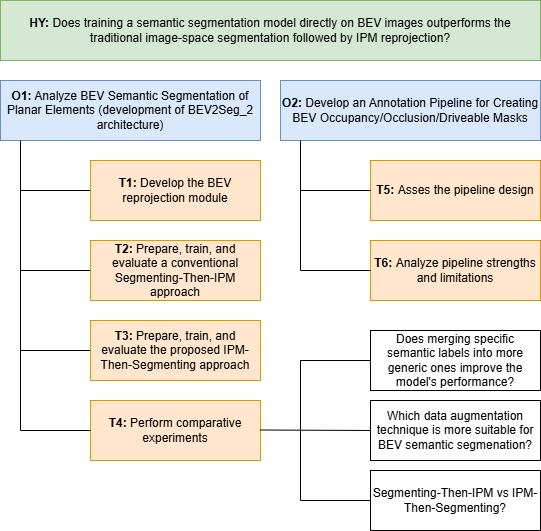
Above: documents/images/objectives/TFM_Objectives.png in alanglk/BEV2Seg_2 (draw.io), before the change. Source tidied: cells renumbered, new cells last; positions are measured from the earlier drawing's top-left corner, leaving out a move shared by most shapes. The source it was exported from:
```xml
<mxGraphModel>
  <root>
    <mxCell id="0" />
    <mxCell id="1" parent="0" />
    <mxCell id="2" value="&lt;div&gt;&lt;b&gt;HY:&lt;/b&gt;&amp;nbsp;&lt;span style=&quot;background-color: transparent;&quot;&gt;Does training a semantic segmentation model directly on BEV images outperforms the traditional image-space segmentation followed by IPM reprojection?&lt;/span&gt;&lt;/div&gt;" style="rounded=0;whiteSpace=wrap;html=1;fontSize=12;spacing=10;fillColor=#d5e8d4;strokeColor=#82b366;" parent="1" vertex="1">
      <mxGeometry width="540" height="60" as="geometry" />
    </mxCell>
    <mxCell id="3" value="&lt;b&gt;O1:&lt;/b&gt; Analyze BEV Semantic Segmentation of Planar Elements (development of BEV2Seg_2 architecture)" style="rounded=0;whiteSpace=wrap;html=1;fillColor=#dae8fc;strokeColor=#6c8ebf;" parent="1" vertex="1">
      <mxGeometry y="80" width="260" height="60" as="geometry" />
    </mxCell>
    <mxCell id="4" value="&lt;b&gt;O2:&lt;/b&gt; Develop an Annotation Pipeline for Creating BEV Occupancy/Occlusion/Driveable Masks" style="rounded=0;whiteSpace=wrap;html=1;fillColor=#dae8fc;strokeColor=#6c8ebf;" parent="1" vertex="1">
      <mxGeometry x="280" y="80" width="260" height="60" as="geometry" />
    </mxCell>
    <mxCell id="5" style="endArrow=none;html=1;rounded=0;" parent="1" edge="1">
      <mxGeometry relative="1" as="geometry">
        <mxPoint x="20" y="430" as="sourcePoint" />
        <mxPoint x="20" y="140" as="targetPoint" />
      </mxGeometry>
    </mxCell>
    <mxCell id="6" style="endArrow=none;html=1;rounded=0;entryX=0;entryY=0.5;entryDx=0;entryDy=0;" parent="1" edge="1">
      <mxGeometry relative="1" as="geometry">
        <mxPoint x="20" y="350" as="sourcePoint" />
        <mxPoint x="90" y="350" as="targetPoint" />
      </mxGeometry>
    </mxCell>
    <mxCell id="7" style="endArrow=none;html=1;rounded=0;entryX=0;entryY=0.5;entryDx=0;entryDy=0;" parent="1" edge="1">
      <mxGeometry relative="1" as="geometry">
        <mxPoint x="20" y="270" as="sourcePoint" />
        <mxPoint x="90" y="270" as="targetPoint" />
      </mxGeometry>
    </mxCell>
    <mxCell id="8" style="endArrow=none;html=1;rounded=0;entryX=0;entryY=0.5;entryDx=0;entryDy=0;" parent="1" edge="1">
      <mxGeometry relative="1" as="geometry">
        <mxPoint x="20" y="190" as="sourcePoint" />
        <mxPoint x="90" y="190" as="targetPoint" />
      </mxGeometry>
    </mxCell>
    <mxCell id="9" value="&lt;b&gt;T5:&amp;nbsp;&lt;/b&gt;Asses the pipeline design" style="rounded=0;whiteSpace=wrap;html=1;fillColor=#ffe6cc;strokeColor=#d79b00;" parent="1" vertex="1">
      <mxGeometry x="370" y="160" width="170" height="60" as="geometry" />
    </mxCell>
    <mxCell id="10" value="&lt;b&gt;T6:&amp;nbsp;&lt;/b&gt;Analyze pipeline strengths and limitations" style="rounded=0;whiteSpace=wrap;html=1;fillColor=#ffe6cc;strokeColor=#d79b00;" parent="1" vertex="1">
      <mxGeometry x="370" y="240" width="170" height="60" as="geometry" />
    </mxCell>
    <mxCell id="11" style="endArrow=none;html=1;rounded=0;" parent="1" edge="1">
      <mxGeometry relative="1" as="geometry">
        <mxPoint x="300" y="270" as="sourcePoint" />
        <mxPoint x="300" y="140" as="targetPoint" />
      </mxGeometry>
    </mxCell>
    <mxCell id="12" style="endArrow=none;html=1;rounded=0;entryX=0;entryY=0.5;entryDx=0;entryDy=0;" parent="1" edge="1" target="9">
      <mxGeometry relative="1" as="geometry">
        <mxPoint x="300" y="190" as="sourcePoint" />
      </mxGeometry>
    </mxCell>
    <mxCell id="13" style="endArrow=none;html=1;rounded=0;entryX=0;entryY=0.5;entryDx=0;entryDy=0;" parent="1" edge="1" target="10">
      <mxGeometry relative="1" as="geometry">
        <mxPoint x="300" y="270" as="sourcePoint" />
      </mxGeometry>
    </mxCell>
    <mxCell id="14" value="&lt;b&gt;T1: &lt;/b&gt;Develop the BEV reprojection module" style="rounded=0;whiteSpace=wrap;html=1;fillColor=#ffe6cc;strokeColor=#d79b00;" parent="1" vertex="1">
      <mxGeometry x="90" y="160" width="170" height="60" as="geometry" />
    </mxCell>
    <mxCell id="15" value="&lt;b&gt;T2:&amp;nbsp;&lt;/b&gt;Prepare, train, and evaluate a conventional Segmenting-Then-IPM approach" style="rounded=0;whiteSpace=wrap;html=1;fillColor=#ffe6cc;strokeColor=#d79b00;" parent="1" vertex="1">
      <mxGeometry x="90" y="240" width="170" height="60" as="geometry" />
    </mxCell>
    <mxCell id="16" value="&lt;b&gt;T3:&amp;nbsp;&lt;/b&gt;Prepare, train, and evaluate the proposed IPM-Then-Segmenting approach" style="rounded=0;whiteSpace=wrap;html=1;fillColor=#ffe6cc;strokeColor=#d79b00;" parent="1" vertex="1">
      <mxGeometry x="90" y="320" width="170" height="60" as="geometry" />
    </mxCell>
    <mxCell id="17" value="&lt;b&gt;T4:&amp;nbsp;&lt;/b&gt;Perform comparative experiments" style="rounded=0;whiteSpace=wrap;html=1;fillColor=#ffe6cc;strokeColor=#d79b00;" parent="1" vertex="1">
      <mxGeometry x="90" y="400" width="170" height="60" as="geometry" />
    </mxCell>
    <mxCell id="18" style="endArrow=none;html=1;rounded=0;entryX=0;entryY=0.5;entryDx=0;entryDy=0;" parent="1" edge="1" target="17">
      <mxGeometry relative="1" as="geometry">
        <mxPoint x="20" y="430" as="sourcePoint" />
      </mxGeometry>
    </mxCell>
    <mxCell id="19" style="endArrow=none;html=1;rounded=0;entryX=0;entryY=0.5;entryDx=0;entryDy=0;" parent="1" edge="1" target="23">
      <mxGeometry relative="1" as="geometry">
        <mxPoint x="260" y="429.5" as="sourcePoint" />
      </mxGeometry>
    </mxCell>
    <mxCell id="20" style="endArrow=none;html=1;rounded=0;" parent="1" edge="1">
      <mxGeometry relative="1" as="geometry">
        <mxPoint x="300" y="500" as="sourcePoint" />
        <mxPoint x="300" y="360" as="targetPoint" />
      </mxGeometry>
    </mxCell>
    <mxCell id="21" style="endArrow=none;html=1;rounded=0;entryX=0;entryY=0.5;entryDx=0;entryDy=0;" parent="1" edge="1" target="22">
      <mxGeometry relative="1" as="geometry">
        <mxPoint x="300" y="360" as="sourcePoint" />
      </mxGeometry>
    </mxCell>
    <mxCell id="22" value="Does merging specific semantic labels into more generic ones improve the model's performance?" style="rounded=0;whiteSpace=wrap;html=1;" parent="1" vertex="1">
      <mxGeometry x="370" y="330" width="170" height="60" as="geometry" />
    </mxCell>
    <mxCell id="23" value="Which data augmentation technique is more suitable for BEV semantic segmenation?" style="rounded=0;whiteSpace=wrap;html=1;" parent="1" vertex="1">
      <mxGeometry x="370" y="400" width="170" height="60" as="geometry" />
    </mxCell>
    <mxCell id="24" value="Segmenting-Then-IPM vs IPM-Then-Segmenting?" style="rounded=0;whiteSpace=wrap;html=1;" parent="1" vertex="1">
      <mxGeometry x="370" y="470" width="170" height="60" as="geometry" />
    </mxCell>
    <mxCell id="25" style="endArrow=none;html=1;rounded=0;entryX=0;entryY=0.5;entryDx=0;entryDy=0;" parent="1" edge="1" target="24">
      <mxGeometry relative="1" as="geometry">
        <mxPoint x="300" y="500" as="sourcePoint" />
      </mxGeometry>
    </mxCell>
  </root>
</mxGraphModel>
```
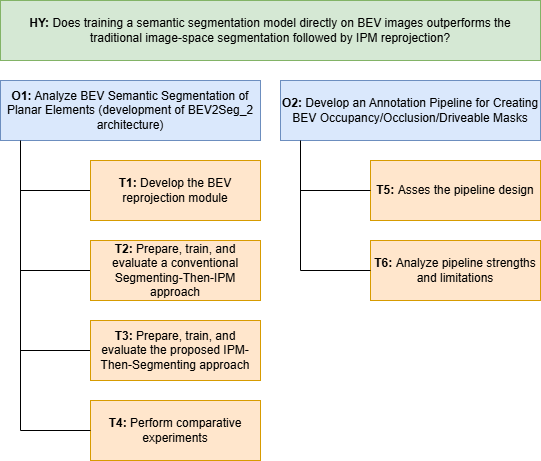
After the commit.

Commit message:
Figura de objetivos

What changed in the source:
```diff
@@ -74,35 +74,5 @@
         <mxPoint x="20" y="430" as="sourcePoint" />
       </mxGeometry>
     </mxCell>
-    <mxCell id="19" style="endArrow=none;html=1;rounded=0;entryX=0;entryY=0.5;entryDx=0;entryDy=0;" parent="1" edge="1" target="23">
-      <mxGeometry relative="1" as="geometry">
-        <mxPoint x="260" y="429.5" as="sourcePoint" />
-      </mxGeometry>
-    </mxCell>
-    <mxCell id="20" style="endArrow=none;html=1;rounded=0;" parent="1" edge="1">
-      <mxGeometry relative="1" as="geometry">
-        <mxPoint x="300" y="500" as="sourcePoint" />
-        <mxPoint x="300" y="360" as="targetPoint" />
-      </mxGeometry>
-    </mxCell>
-    <mxCell id="21" style="endArrow=none;html=1;rounded=0;entryX=0;entryY=0.5;entryDx=0;entryDy=0;" parent="1" edge="1" target="22">
-      <mxGeometry relative="1" as="geometry">
-        <mxPoint x="300" y="360" as="sourcePoint" />
-      </mxGeometry>
-    </mxCell>
-    <mxCell id="22" value="Does merging specific semantic labels into more generic ones improve the model's performance?" style="rounded=0;whiteSpace=wrap;html=1;" parent="1" vertex="1">
-      <mxGeometry x="370" y="330" width="170" height="60" as="geometry" />
-    </mxCell>
-    <mxCell id="23" value="Which data augmentation technique is more suitable for BEV semantic segmenation?" style="rounded=0;whiteSpace=wrap;html=1;" parent="1" vertex="1">
-      <mxGeometry x="370" y="400" width="170" height="60" as="geometry" />
-    </mxCell>
-    <mxCell id="24" value="Segmenting-Then-IPM vs IPM-Then-Segmenting?" style="rounded=0;whiteSpace=wrap;html=1;" parent="1" vertex="1">
-      <mxGeometry x="370" y="470" width="170" height="60" as="geometry" />
-    </mxCell>
-    <mxCell id="25" style="endArrow=none;html=1;rounded=0;entryX=0;entryY=0.5;entryDx=0;entryDy=0;" parent="1" edge="1" target="24">
-      <mxGeometry relative="1" as="geometry">
-        <mxPoint x="300" y="500" as="sourcePoint" />
-      </mxGeometry>
-    </mxCell>
   </root>
 </mxGraphModel>
```
